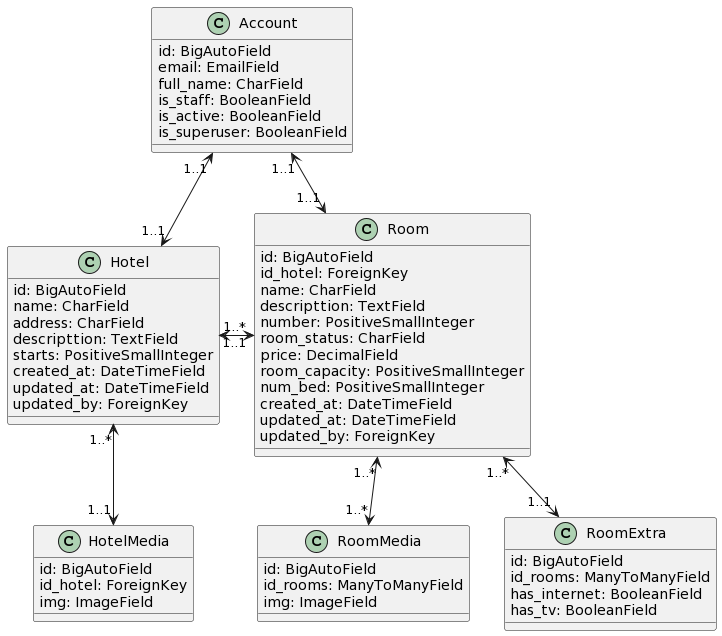
Earlier version of the PlantUML export UML/HotelSolutions_API-Rest.png (Francisco-Neff/API-HotelSolutions). Its diagram source:
```plantuml
@startuml
class Account {
    id: BigAutoField
    email: EmailField
    full_name: CharField
    is_staff: BooleanField
    is_active: BooleanField
    is_superuser: BooleanField
}

class Hotel {
    id: BigAutoField
    name: CharField
    address: CharField
    descripttion: TextField
    starts: PositiveSmallInteger
    created_at: DateTimeField
    updated_at: DateTimeField
    updated_by: ForeignKey
}

class HotelMedia {
    id: BigAutoField
    id_hotel: ForeignKey
    img: ImageField
}

class Room {
    id: BigAutoField
    id_hotel: ForeignKey
    name: CharField
    descripttion: TextField
    number: PositiveSmallInteger
    room_status: CharField
    price: DecimalField
    room_capacity: PositiveSmallInteger
    num_bed: PositiveSmallInteger
    created_at: DateTimeField
    updated_at: DateTimeField
    updated_by: ForeignKey
}

class RoomMedia {
    id: BigAutoField
    id_rooms: ManyToManyField
    img: ImageField
}

class RoomExtra {
    id: BigAutoField
    id_rooms: ManyToManyField
    has_internet: BooleanField
    has_tv: BooleanField
}


Account "1..1" <--> "1..1" Hotel
Account "1..1" <--> "1..1" Room
Hotel "1..*" <--> "1..1" HotelMedia
Hotel "1..*" <-right-> "1..1" Room
Room "1..*" <--> "1..*" RoomMedia
Room "1..*" <--> "1..1" RoomExtra
@enduml
```
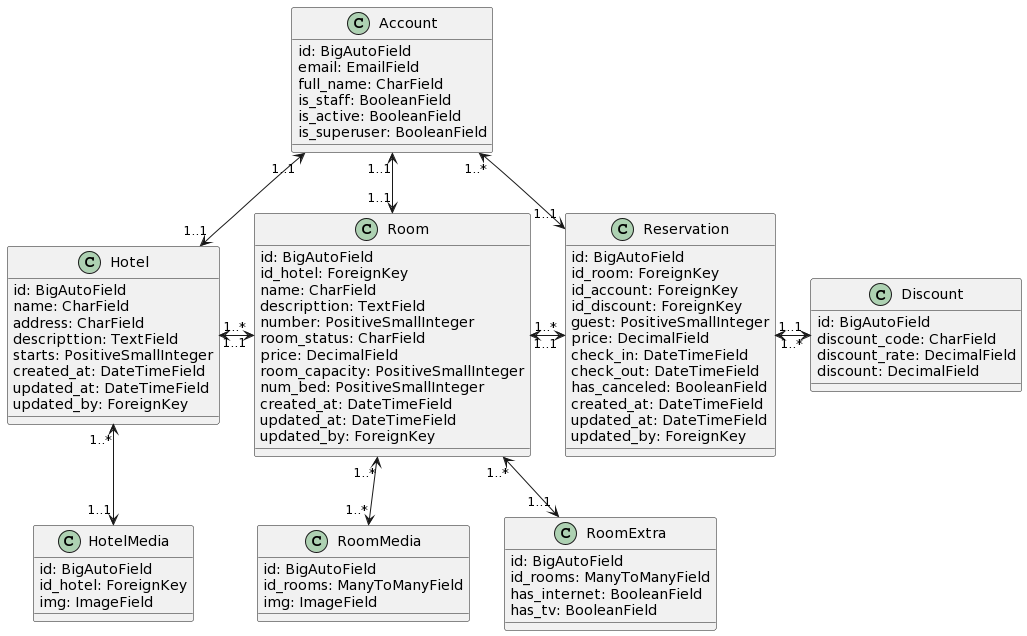
Later version of the same file.

Change to the diagram source:
```diff
@@ -53,6 +53,27 @@
     has_tv: BooleanField
 }
 
+class Reservation {
+    id: BigAutoField
+    id_room: ForeignKey
+    id_account: ForeignKey
+    id_discount: ForeignKey
+    guest: PositiveSmallInteger
+    price: DecimalField
+    check_in: DateTimeField
+    check_out: DateTimeField
+    has_canceled: BooleanField
+    created_at: DateTimeField
+    updated_at: DateTimeField
+    updated_by: ForeignKey
+}
+class Discount{
+    id: BigAutoField
+    discount_code: CharField
+    discount_rate: DecimalField
+    discount: DecimalField
+}
+
 
 Account "1..1" <--> "1..1" Hotel
 Account "1..1" <--> "1..1" Room
@@ -60,4 +81,7 @@
 Hotel "1..*" <-right-> "1..1" Room
 Room "1..*" <--> "1..*" RoomMedia
 Room "1..*" <--> "1..1" RoomExtra
+Room "1..*" <-right-> "1..1" Reservation
+Account "1..*" <--> "1..1" Reservation
+Reservation "1..1" <-right-> "1..*" Discount
 @enduml
```
